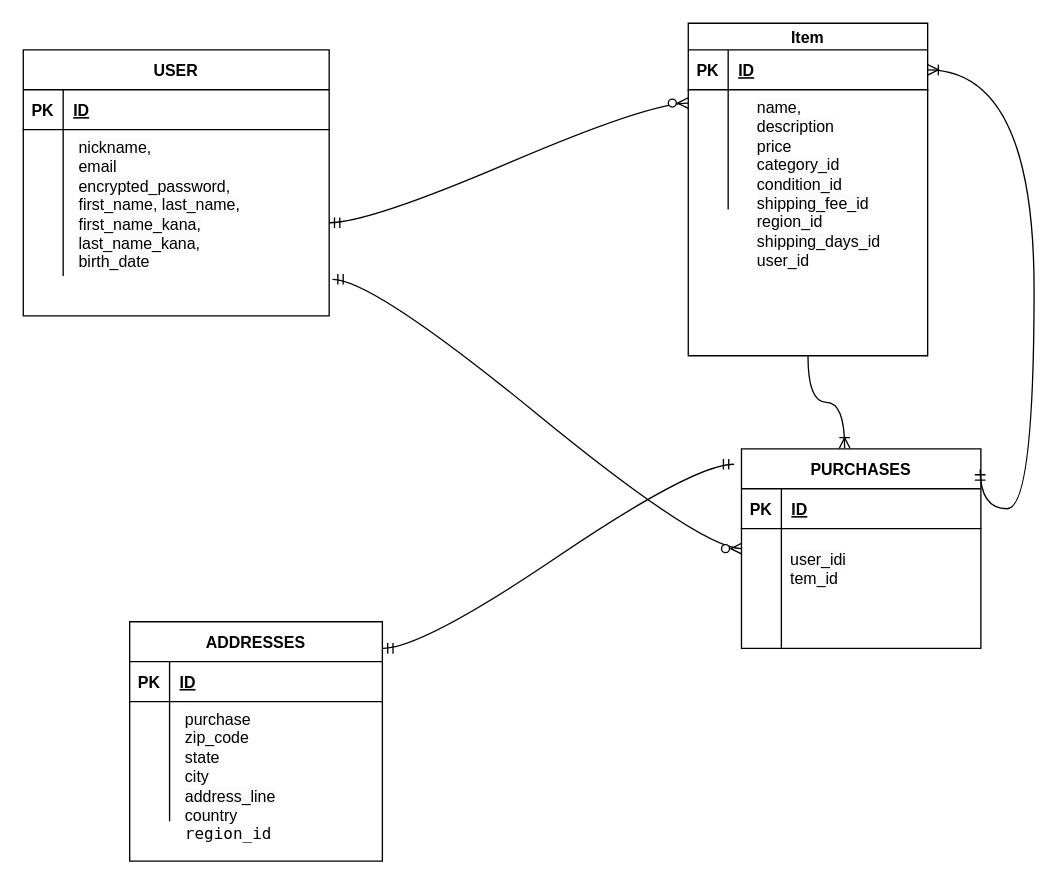
Iwanttomorrowtocome/furima-41479 keeps this draw.io diagram as furima.dio. Above is the earlier version. Source tidied: cells renumbered, new cells numbered last; positions are measured from the earlier drawing's top-left corner, leaving out a move shared by most shapes. Both pictures are drawn from the tidied source at 133%, with x=0, y=0 at pixel (23, 23).
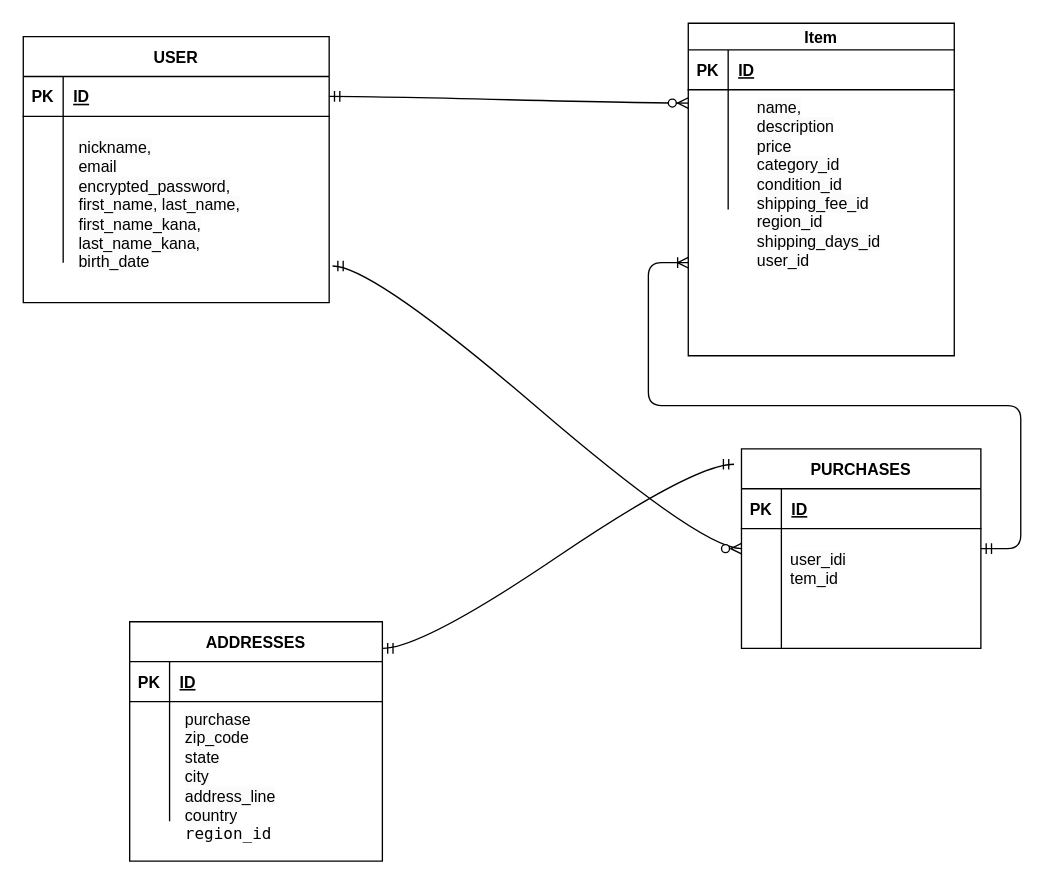
Above is the later version.

Unchanged cells that the change refers to:
```xml
<mxCell id="3" style="shape=tableRow;horizontal=0;startSize=0;swimlaneHead=0;swimlaneBody=0;fillColor=none;points=[[0,0.5],[1,0.5]];portConstraint=eastwest;top=0;left=0;right=0;bottom=1;" parent="2" vertex="1">
  <mxGeometry y="30" width="230" height="30" as="geometry" />
</mxCell>
<mxCell id="15" value="PURCHASES" style="shape=table;startSize=30;childLayout=tableLayout;rowLines=0;fontStyle=1;align=center;" parent="1" vertex="1">
  <mxGeometry x="540" y="320" width="180" height="150" as="geometry" />
</mxCell>
```

Change to the diagram source:
```diff
@@
     <mxCell id="2" value="USER" style="shape=table;startSize=30;childLayout=tableLayout;rowLines=0;fontStyle=1;align=center;" parent="1" vertex="1">
-      <mxGeometry y="20" width="230" height="200" as="geometry" />
+      <mxGeometry y="10" width="230" height="200" as="geometry" />
     </mxCell>
@@
     <mxCell id="41" value="Item" style="shape=table;startSize=20;childLayout=tableLayout;rowLines=0;fontStyle=1;align=center;" parent="1" vertex="1">
-      <mxGeometry x="500" width="180" height="250" as="geometry" />
+      <mxGeometry x="500" width="200" height="250" as="geometry" />
     </mxCell>
     <mxCell id="42" style="shape=tableRow;horizontal=0;startSize=0;swimlaneHead=0;swimlaneBody=0;fillColor=none;points=[[0,0.5],[1,0.5]];portConstraint=eastwest;top=0;left=0;right=0;bottom=1;" parent="41" vertex="1">
-      <mxGeometry y="20" width="180" height="30" as="geometry" />
+      <mxGeometry y="20" width="200" height="30" as="geometry" />
     </mxCell>
@@
     <mxCell id="44" value="ID" style="shape=partialRectangle;fillColor=none;top=0;left=0;bottom=0;right=0;align=left;spacingLeft=6;fontStyle=5;overflow=hidden;" parent="42" vertex="1">
-      <mxGeometry x="30" width="150" height="30" as="geometry" />
+      <mxGeometry x="30" width="170" height="30" as="geometry" />
     </mxCell>
     <mxCell id="45" style="shape=tableRow;horizontal=0;startSize=0;swimlaneHead=0;swimlaneBody=0;fillColor=none;top=0;left=0;right=0;bottom=0;" parent="41" vertex="1">
-      <mxGeometry y="50" width="180" height="30" as="geometry" />
+      <mxGeometry y="50" width="200" height="30" as="geometry" />
     </mxCell>
@@
     <mxCell id="47" style="shape=partialRectangle;fillColor=none;top=0;left=0;bottom=0;right=0;align=left;spacingLeft=6;overflow=hidden;" parent="45" vertex="1">
-      <mxGeometry x="30" width="150" height="30" as="geometry" />
+      <mxGeometry x="30" width="170" height="30" as="geometry" />
     </mxCell>
     <mxCell id="48" style="shape=tableRow;horizontal=0;startSize=0;swimlaneHead=0;swimlaneBody=0;fillColor=none;top=0;left=0;right=0;bottom=0;" parent="41" vertex="1">
-      <mxGeometry y="80" width="180" height="30" as="geometry" />
+      <mxGeometry y="80" width="200" height="30" as="geometry" />
     </mxCell>
@@
     <mxCell id="50" style="shape=partialRectangle;fillColor=none;top=0;left=0;bottom=0;right=0;align=left;spacingLeft=6;overflow=hidden;" parent="48" vertex="1">
-      <mxGeometry x="30" width="150" height="30" as="geometry" />
+      <mxGeometry x="30" width="170" height="30" as="geometry" />
     </mxCell>
     <mxCell id="51" style="shape=tableRow;horizontal=0;startSize=0;swimlaneHead=0;swimlaneBody=0;fillColor=none;top=0;left=0;right=0;bottom=0;" parent="41" vertex="1">
-      <mxGeometry y="110" width="180" height="30" as="geometry" />
+      <mxGeometry y="110" width="200" height="30" as="geometry" />
     </mxCell>
@@
     <mxCell id="53" style="shape=partialRectangle;fillColor=none;top=0;left=0;bottom=0;right=0;align=left;spacingLeft=6;overflow=hidden;" parent="51" vertex="1">
-      <mxGeometry x="30" width="150" height="30" as="geometry" />
+      <mxGeometry x="30" width="170" height="30" as="geometry" />
     </mxCell>
@@
-    <mxCell id="58" style="edgeStyle=orthogonalEdgeStyle;fontSize=12;html=1;endArrow=ERoneToMany;curved=1;entryX=0.431;entryY=-0.003;entryDx=0;entryDy=0;entryPerimeter=0;exitX=0.5;exitY=1;exitDx=0;exitDy=0;" parent="1" edge="1" source="41" target="15">
-      <mxGeometry relative="1" as="geometry" />
-    </mxCell>
@@
-    <mxCell id="60" style="edgeStyle=entityRelationEdgeStyle;fontSize=12;html=1;endArrow=ERzeroToMany;startArrow=ERmandOne;curved=1;" parent="1" edge="1">
+    <mxCell id="60" style="edgeStyle=entityRelationEdgeStyle;fontSize=12;html=1;endArrow=ERzeroToMany;startArrow=ERmandOne;curved=1;exitX=1;exitY=0.5;exitDx=0;exitDy=0;" parent="1" edge="1" source="3">
       <mxGeometry relative="1" as="geometry">
-        <mxPoint x="230" y="150" as="sourcePoint" />
         <mxPoint x="500" y="60" as="targetPoint" />
       </mxGeometry>
     </mxCell>
@@
-    <mxCell id="62" style="fontSize=12;html=1;endArrow=ERoneToMany;startArrow=ERmandOne;exitX=0.997;exitY=0.103;exitDx=0;exitDy=0;entryX=1;entryY=0.5;entryDx=0;entryDy=0;edgeStyle=orthogonalEdgeStyle;curved=1;exitPerimeter=0;" parent="1" edge="1" source="15" target="42">
-      <mxGeometry relative="1" as="geometry">
-        <Array as="points">
-          <mxPoint x="720" y="365" />
-          <mxPoint x="760" y="365" />
-          <mxPoint x="760" y="35" />
-        </Array>
-      </mxGeometry>
-    </mxCell>
+    <mxCell id="63" style="edgeStyle=entityRelationEdgeStyle;fontSize=12;html=1;endArrow=ERoneToMany;startArrow=ERmandOne;" parent="1" edge="1" source="15">
+      <mxGeometry relative="1" as="geometry">
+        <mxPoint x="500" y="180" as="targetPoint" />
+      </mxGeometry>
+    </mxCell>
```
